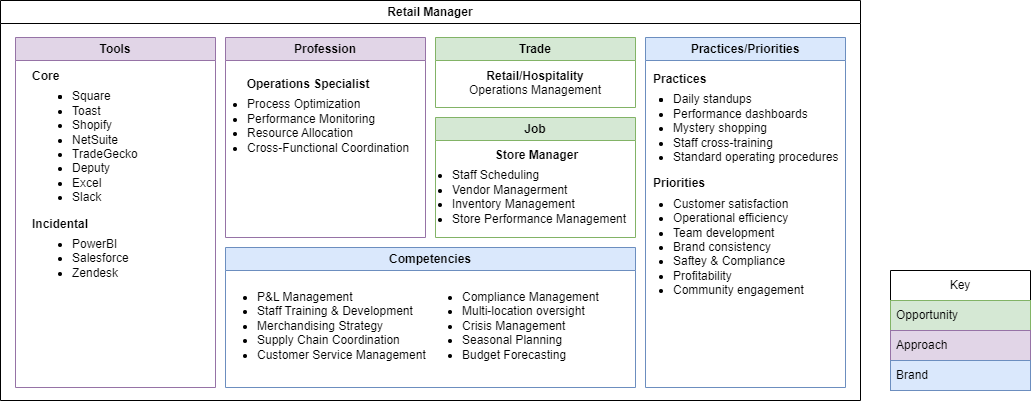
Above: images/careerstop-retail.drawio.png in pgaljan/pgaljan.github.io (draw.io), before the change. Source tidied: cells renumbered, new cells last; positions are measured from the earlier drawing's top-left corner, leaving out a move shared by most shapes.
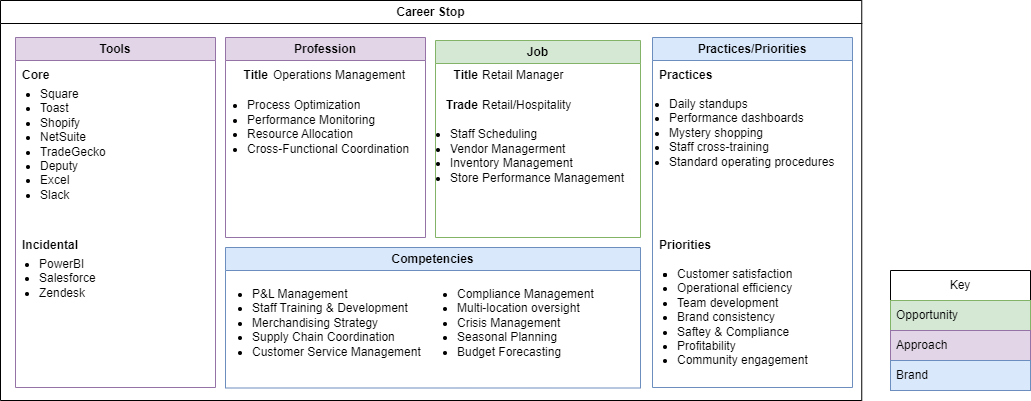
The same file after the commit.

What changed in the source:
```diff
@@ -2,47 +2,77 @@
   <root>
     <mxCell id="0" />
     <mxCell id="1" parent="0" />
-    <mxCell id="2" value="Retail Manager" style="swimlane;whiteSpace=wrap;html=1;" parent="1" vertex="1">
-      <mxGeometry width="860" height="400" as="geometry" />
-    </mxCell>
+    <mxCell id="20" value="Career Stop" style="swimlane;whiteSpace=wrap;html=1;" parent="1" vertex="1">
+      <mxGeometry width="861.2" height="400" as="geometry" />
+    </mxCell>
-    <mxCell id="3" value="Tools" style="swimlane;whiteSpace=wrap;html=1;fillColor=#e1d5e7;strokeColor=#9673a6;" parent="2" vertex="1">
+    <mxCell id="3" value="Tools" style="swimlane;whiteSpace=wrap;html=1;fillColor=#e1d5e7;strokeColor=#9673a6;" parent="20" vertex="1">
       <mxGeometry x="15" y="37" width="200" height="350" as="geometry" />
     </mxCell>
-    <mxCell id="4" value="&lt;b&gt;Core&lt;/b&gt;&lt;div&gt;&lt;ul style=&quot;margin-top: 6px;&quot;&gt;&lt;li&gt;&lt;li class=&quot;whitespace-normal break-words&quot;&gt;Square&lt;/li&gt;&lt;li class=&quot;whitespace-normal break-words&quot;&gt;Toast&lt;/li&gt;&lt;li class=&quot;whitespace-normal break-words&quot;&gt;Shopify&lt;/li&gt;&lt;li class=&quot;whitespace-normal break-words&quot;&gt;NetSuite&lt;/li&gt;&lt;li class=&quot;whitespace-normal break-words&quot;&gt;TradeGecko&lt;/li&gt;&lt;li class=&quot;whitespace-normal break-words&quot;&gt;&lt;span style=&quot;background-color: initial;&quot;&gt;Deputy&lt;/span&gt;&lt;/li&gt;&lt;li class=&quot;whitespace-normal break-words&quot;&gt;&lt;span style=&quot;background-color: initial;&quot;&gt;Excel&lt;/span&gt;&lt;br&gt;&lt;/li&gt;&lt;li class=&quot;whitespace-normal break-words&quot;&gt;Slack&lt;/li&gt;&lt;/li&gt;&lt;/ul&gt;&lt;div&gt;&lt;b&gt;Incidental&lt;/b&gt;&lt;/div&gt;&lt;/div&gt;&lt;div&gt;&lt;ul style=&quot;margin-top: 6px;&quot;&gt;&lt;li&gt;PowerBI&lt;/li&gt;&lt;li&gt;Salesforce&lt;/li&gt;&lt;li&gt;Zendesk&lt;/li&gt;&lt;/ul&gt;&lt;/div&gt;" style="text;html=1;align=left;verticalAlign=top;whiteSpace=wrap;rounded=0;" parent="3" vertex="1">
-      <mxGeometry x="15" y="25" width="170" height="295" as="geometry" />
-    </mxCell>
+    <mxCell id="21" value="Core" style="text;html=1;align=left;verticalAlign=middle;whiteSpace=wrap;rounded=0;fontStyle=1;" parent="3" vertex="1">
+      <mxGeometry x="5" y="23" width="60" height="30" as="geometry" />
+    </mxCell>
+    <mxCell id="22" value="Incidental" style="text;html=1;align=left;verticalAlign=middle;whiteSpace=wrap;rounded=0;fontStyle=1;" parent="3" vertex="1">
+      <mxGeometry x="5" y="193" width="60" height="30" as="geometry" />
+    </mxCell>
-    <mxCell id="5" value="Competencies" style="swimlane;whiteSpace=wrap;html=1;fillColor=#dae8fc;strokeColor=#6c8ebf;" parent="2" vertex="1">
-      <mxGeometry x="225" y="247" width="410" height="140" as="geometry" />
+    <mxCell id="5" value="Competencies" style="swimlane;whiteSpace=wrap;html=1;fillColor=#dae8fc;strokeColor=#6c8ebf;" parent="20" vertex="1">
+      <mxGeometry x="225" y="247" width="415" height="140.5" as="geometry" />
     </mxCell>
     <mxCell id="6" value="&lt;div&gt;&lt;ul style=&quot;margin-top: 6px; padding-left: 10px;&quot;&gt;&lt;li&gt;P&amp;amp;L Management&lt;/li&gt;&lt;li&gt;Staff Training &amp;amp; Development&lt;/li&gt;&lt;li&gt;Merchandising Strategy&lt;/li&gt;&lt;li&gt;Supply Chain Coordination&lt;/li&gt;&lt;li&gt;Customer Service Management&lt;/li&gt;&lt;/ul&gt;&lt;/div&gt;" style="text;html=1;align=left;verticalAlign=top;whiteSpace=wrap;rounded=0;" parent="5" vertex="1">
-      <mxGeometry x="20" y="30" width="190" height="100" as="geometry" />
+      <mxGeometry x="15" y="26.5" width="190" height="100" as="geometry" />
     </mxCell>
     <mxCell id="7" value="&lt;div&gt;&lt;ul style=&quot;margin-top: 6px; padding-left: 10px;&quot;&gt;&lt;li&gt;Compliance Management&lt;/li&gt;&lt;li&gt;Multi-location oversight&lt;/li&gt;&lt;li&gt;Crisis Management&lt;/li&gt;&lt;li&gt;Seasonal Planning&lt;/li&gt;&lt;li&gt;Budget Forecasting&lt;/li&gt;&lt;/ul&gt;&lt;/div&gt;" style="text;html=1;align=left;verticalAlign=top;whiteSpace=wrap;rounded=0;" parent="5" vertex="1">
-      <mxGeometry x="225" y="30" width="160" height="100" as="geometry" />
+      <mxGeometry x="220" y="26.5" width="160" height="100" as="geometry" />
     </mxCell>
-    <mxCell id="8" value="Practices/Priorities" style="swimlane;whiteSpace=wrap;html=1;fillColor=#dae8fc;strokeColor=#6c8ebf;" parent="2" vertex="1">
-      <mxGeometry x="645" y="37" width="200" height="350" as="geometry" />
+    <mxCell id="8" value="Practices/Priorities" style="swimlane;whiteSpace=wrap;html=1;fillColor=#dae8fc;strokeColor=#6c8ebf;" parent="20" vertex="1">
+      <mxGeometry x="652" y="37" width="200" height="350" as="geometry" />
     </mxCell>
-    <mxCell id="9" value="&lt;b&gt;Practices&lt;/b&gt;&lt;div&gt;&lt;ul style=&quot;margin-top: 6px; padding-left: 20px;&quot;&gt;&lt;li&gt;&lt;li class=&quot;whitespace-normal break-words&quot;&gt;Daily standups&lt;/li&gt;&lt;li class=&quot;whitespace-normal break-words&quot;&gt;Performance dashboards&lt;/li&gt;&lt;li class=&quot;whitespace-normal break-words&quot;&gt;Mystery shopping&lt;/li&gt;&lt;li class=&quot;whitespace-normal break-words&quot;&gt;Staff cross-training&lt;/li&gt;&lt;li class=&quot;whitespace-normal break-words&quot;&gt;Standard operating procedures&lt;/li&gt;&lt;/li&gt;&lt;/ul&gt;&lt;div&gt;&lt;b&gt;Priorities&lt;/b&gt;&lt;/div&gt;&lt;/div&gt;&lt;div&gt;&lt;ul style=&quot;margin-top: 6px; padding-left: 20px;&quot;&gt;&lt;li&gt;Customer satisfaction&lt;/li&gt;&lt;li&gt;Operational efficiency&lt;/li&gt;&lt;li&gt;Team development&lt;/li&gt;&lt;li&gt;Brand consistency&lt;/li&gt;&lt;li&gt;Saftey &amp;amp; Compliance&lt;/li&gt;&lt;li&gt;Profitability&lt;/li&gt;&lt;li&gt;Community engagement&lt;/li&gt;&lt;/ul&gt;&lt;/div&gt;" style="text;html=1;align=left;verticalAlign=top;whiteSpace=wrap;rounded=0;" parent="8" vertex="1">
-      <mxGeometry x="6" y="27.5" width="190" height="242.5" as="geometry" />
-    </mxCell>
+    <mxCell id="23" value="Practices" style="text;html=1;align=left;verticalAlign=middle;whiteSpace=wrap;rounded=0;fontStyle=1;" parent="8" vertex="1">
+      <mxGeometry x="5" y="23" width="60" height="30" as="geometry" />
+    </mxCell>
+    <mxCell id="24" value="Priorities" style="text;html=1;align=left;verticalAlign=middle;whiteSpace=wrap;rounded=0;fontStyle=1;" parent="8" vertex="1">
+      <mxGeometry x="5" y="193" width="60" height="30" as="geometry" />
+    </mxCell>
+    <mxCell id="25" value="&lt;ul style=&quot;padding-left: 10px; margin-top: 0px; margin-bottom: 0px;&quot;&gt;&lt;li&gt;&lt;span style=&quot;background-color: initial;&quot;&gt;Square&lt;/span&gt;&lt;br&gt;&lt;/li&gt;&lt;li class=&quot;whitespace-normal break-words&quot;&gt;Toast&lt;/li&gt;&lt;li class=&quot;whitespace-normal break-words&quot;&gt;Shopify&lt;/li&gt;&lt;li class=&quot;whitespace-normal break-words&quot;&gt;NetSuite&lt;/li&gt;&lt;li class=&quot;whitespace-normal break-words&quot;&gt;TradeGecko&lt;/li&gt;&lt;li class=&quot;whitespace-normal break-words&quot;&gt;&lt;span style=&quot;background-color: initial;&quot;&gt;Deputy&lt;/span&gt;&lt;/li&gt;&lt;li class=&quot;whitespace-normal break-words&quot;&gt;&lt;span style=&quot;background-color: initial;&quot;&gt;Excel&lt;/span&gt;&lt;br&gt;&lt;/li&gt;&lt;li class=&quot;whitespace-normal break-words&quot;&gt;Slack&lt;/li&gt;&lt;/ul&gt;" style="text;html=1;align=left;verticalAlign=top;whiteSpace=wrap;rounded=0;" parent="8" vertex="1">
+      <mxGeometry x="-623.8" y="43" width="190" height="117" as="geometry" />
+    </mxCell>
+    <mxCell id="26" value="&lt;ul style=&quot;padding-left: 10px; margin-top: 0px; margin-bottom: 0px;&quot;&gt;&lt;li&gt;PowerBI&lt;/li&gt;&lt;li&gt;Salesforce&lt;/li&gt;&lt;li&gt;Zendesk&lt;/li&gt;&lt;/ul&gt;" style="text;html=1;align=left;verticalAlign=top;whiteSpace=wrap;rounded=0;" parent="8" vertex="1">
+      <mxGeometry x="-625" y="213" width="190" height="117" as="geometry" />
+    </mxCell>
+    <mxCell id="27" value="&lt;ul style=&quot;padding-left: 10px; margin-top: 0px; margin-bottom: 0px;&quot;&gt;&lt;li&gt;&lt;span style=&quot;background-color: initial;&quot;&gt;Daily standups&lt;/span&gt;&lt;br&gt;&lt;/li&gt;&lt;li class=&quot;whitespace-normal break-words&quot;&gt;Performance dashboards&lt;/li&gt;&lt;li class=&quot;whitespace-normal break-words&quot;&gt;Mystery shopping&lt;/li&gt;&lt;li class=&quot;whitespace-normal break-words&quot;&gt;Staff cross-training&lt;/li&gt;&lt;li class=&quot;whitespace-normal break-words&quot;&gt;Standard operating procedures&lt;/li&gt;&lt;/ul&gt;" style="text;html=1;align=left;verticalAlign=top;whiteSpace=wrap;rounded=0;" parent="8" vertex="1">
+      <mxGeometry x="5" y="53" width="190" height="117" as="geometry" />
+    </mxCell>
+    <mxCell id="28" value="&lt;ul style=&quot;padding-left: 10px; margin-top: 0px; margin-bottom: 0px;&quot;&gt;&lt;li&gt;&lt;li&gt;Customer satisfaction&lt;/li&gt;&lt;li&gt;Operational efficiency&lt;/li&gt;&lt;li&gt;Team development&lt;/li&gt;&lt;li&gt;Brand consistency&lt;/li&gt;&lt;li&gt;Saftey &amp;amp; Compliance&lt;/li&gt;&lt;li&gt;Profitability&lt;/li&gt;&lt;li&gt;Community engagement&lt;/li&gt;&lt;/li&gt;&lt;/ul&gt;" style="text;html=1;align=left;verticalAlign=top;whiteSpace=wrap;rounded=0;" parent="8" vertex="1">
+      <mxGeometry x="13.1" y="223" width="190" height="117" as="geometry" />
+    </mxCell>
-    <mxCell id="10" value="Profession" style="swimlane;whiteSpace=wrap;html=1;fillColor=#e1d5e7;strokeColor=#9673a6;" parent="2" vertex="1">
+    <mxCell id="10" value="Profession" style="swimlane;whiteSpace=wrap;html=1;fillColor=#e1d5e7;strokeColor=#9673a6;" parent="20" vertex="1">
       <mxGeometry x="225" y="37" width="200" height="200" as="geometry" />
     </mxCell>
+    <mxCell id="29" value="Title" style="text;html=1;align=right;verticalAlign=middle;whiteSpace=wrap;rounded=0;fontStyle=1;" parent="10" vertex="1">
+      <mxGeometry x="5" y="23" width="40" height="30" as="geometry" />
+    </mxCell>
-    <mxCell id="11" value="&lt;div style=&quot;text-align: center;&quot;&gt;&lt;span style=&quot;background-color: initial;&quot;&gt;&lt;b&gt;Operations Specialist&lt;/b&gt;&lt;/span&gt;&lt;/div&gt;&lt;div&gt;&lt;ul style=&quot;margin-top: 6px;&quot;&gt;&lt;li&gt;Process Optimization&lt;/li&gt;&lt;li&gt;Performance Monitoring&lt;/li&gt;&lt;li&gt;Resource Allocation&lt;/li&gt;&lt;li&gt;Cross-Functional Coordination&lt;/li&gt;&lt;/ul&gt;&lt;/div&gt;" style="text;html=1;align=left;verticalAlign=top;whiteSpace=wrap;rounded=0;" parent="10" vertex="1">
-      <mxGeometry x="-20" y="32.5" width="220" height="135" as="geometry" />
+    <mxCell id="11" value="&lt;div style=&quot;text-align: center;&quot;&gt;&lt;br&gt;&lt;/div&gt;&lt;div&gt;&lt;ul style=&quot;margin-top: 6px;&quot;&gt;&lt;li&gt;Process Optimization&lt;/li&gt;&lt;li&gt;Performance Monitoring&lt;/li&gt;&lt;li&gt;Resource Allocation&lt;/li&gt;&lt;li&gt;Cross-Functional Coordination&lt;/li&gt;&lt;/ul&gt;&lt;/div&gt;" style="text;html=1;align=left;verticalAlign=top;whiteSpace=wrap;rounded=0;" parent="10" vertex="1">
+      <mxGeometry x="-20" y="34" width="220" height="135" as="geometry" />
     </mxCell>
+    <mxCell id="14" value="Job" style="swimlane;whiteSpace=wrap;html=1;fillColor=#d5e8d4;strokeColor=#82b366;" parent="20" vertex="1">
+      <mxGeometry x="435" y="40" width="205" height="197" as="geometry" />
+    </mxCell>
+    <mxCell id="30" value="Title" style="text;html=1;align=right;verticalAlign=middle;whiteSpace=wrap;rounded=0;fontStyle=1;" parent="14" vertex="1">
+      <mxGeometry x="5" y="20" width="40" height="30" as="geometry" />
+    </mxCell>
-    <mxCell id="12" value="Trade" style="swimlane;whiteSpace=wrap;html=1;fillColor=#d5e8d4;strokeColor=#82b366;" parent="2" vertex="1">
-      <mxGeometry x="435" y="37" width="200" height="70" as="geometry" />
+    <mxCell id="12" value="Trade" style="text;html=1;align=right;verticalAlign=middle;whiteSpace=wrap;rounded=0;fontStyle=1;" parent="14" vertex="1">
+      <mxGeometry x="5" y="50" width="40" height="30" as="geometry" />
     </mxCell>
-    <mxCell id="13" value="&lt;b&gt;Retail/Hospitality&lt;/b&gt;&lt;div&gt;Operations Management&lt;/div&gt;" style="text;html=1;align=center;verticalAlign=top;whiteSpace=wrap;rounded=0;" parent="12" vertex="1">
-      <mxGeometry x="15" y="25" width="170" height="50" as="geometry" />
-    </mxCell>
-    <mxCell id="14" value="Job" style="swimlane;whiteSpace=wrap;html=1;fillColor=#d5e8d4;strokeColor=#82b366;" parent="2" vertex="1">
-      <mxGeometry x="435" y="117" width="200" height="120" as="geometry" />
-    </mxCell>
+    <mxCell id="31" value="Operations Management" style="text;html=1;align=left;verticalAlign=middle;whiteSpace=wrap;rounded=0;fontStyle=0;" parent="14" vertex="1">
+      <mxGeometry x="-164" y="20" width="144" height="30" as="geometry" />
+    </mxCell>
+    <mxCell id="2" value="Retail Manager" style="text;html=1;align=left;verticalAlign=middle;whiteSpace=wrap;rounded=0;fontStyle=0;" parent="14" vertex="1">
+      <mxGeometry x="45" y="20" width="135" height="30" as="geometry" />
+    </mxCell>
+    <mxCell id="32" value="Retail/Hospitality" style="text;html=1;align=left;verticalAlign=middle;whiteSpace=wrap;rounded=0;" parent="14" vertex="1">
+      <mxGeometry x="45" y="50" width="130" height="30" as="geometry" />
+    </mxCell>
-    <mxCell id="15" value="&lt;div style=&quot;text-align: center;&quot;&gt;&lt;span style=&quot;background-color: initial;&quot;&gt;&lt;b&gt;Store Manager&lt;/b&gt;&lt;/span&gt;&lt;/div&gt;&lt;div&gt;&lt;ul style=&quot;margin-top: 6px; padding-left: 5px;&quot;&gt;&lt;li&gt;&lt;span style=&quot;background-color: initial;&quot;&gt;Staff Scheduling&lt;/span&gt;&lt;/li&gt;&lt;li&gt;&lt;span style=&quot;background-color: initial;&quot;&gt;Vendor Managerment&lt;/span&gt;&lt;/li&gt;&lt;li&gt;&lt;span style=&quot;background-color: initial;&quot;&gt;Inventory Management&lt;/span&gt;&lt;/li&gt;&lt;li&gt;Store Performance Management&lt;/li&gt;&lt;/ul&gt;&lt;/div&gt;" style="text;html=1;align=left;verticalAlign=top;whiteSpace=wrap;rounded=0;" parent="14" vertex="1">
-      <mxGeometry x="10" y="24" width="190" height="91" as="geometry" />
+    <mxCell id="15" value="&lt;div style=&quot;text-align: center;&quot;&gt;&lt;br&gt;&lt;/div&gt;&lt;div&gt;&lt;ul style=&quot;margin-top: 6px; padding-left: 5px;&quot;&gt;&lt;li&gt;&lt;span style=&quot;background-color: initial;&quot;&gt;Staff Scheduling&lt;/span&gt;&lt;/li&gt;&lt;li&gt;&lt;span style=&quot;background-color: initial;&quot;&gt;Vendor Managerment&lt;/span&gt;&lt;/li&gt;&lt;li&gt;&lt;span style=&quot;background-color: initial;&quot;&gt;Inventory Management&lt;/span&gt;&lt;/li&gt;&lt;li&gt;Store Performance Management&lt;/li&gt;&lt;/ul&gt;&lt;/div&gt;" style="text;html=1;align=left;verticalAlign=top;whiteSpace=wrap;rounded=0;" parent="14" vertex="1">
+      <mxGeometry x="7.5" y="60" width="190" height="91" as="geometry" />
     </mxCell>
     <mxCell id="16" value="Key" style="swimlane;fontStyle=0;horizontal=1;startSize=30;whiteSpace=wrap;html=1;" parent="1" vertex="1">
       <mxGeometry x="890" y="270" width="140" height="120" as="geometry" />
```
